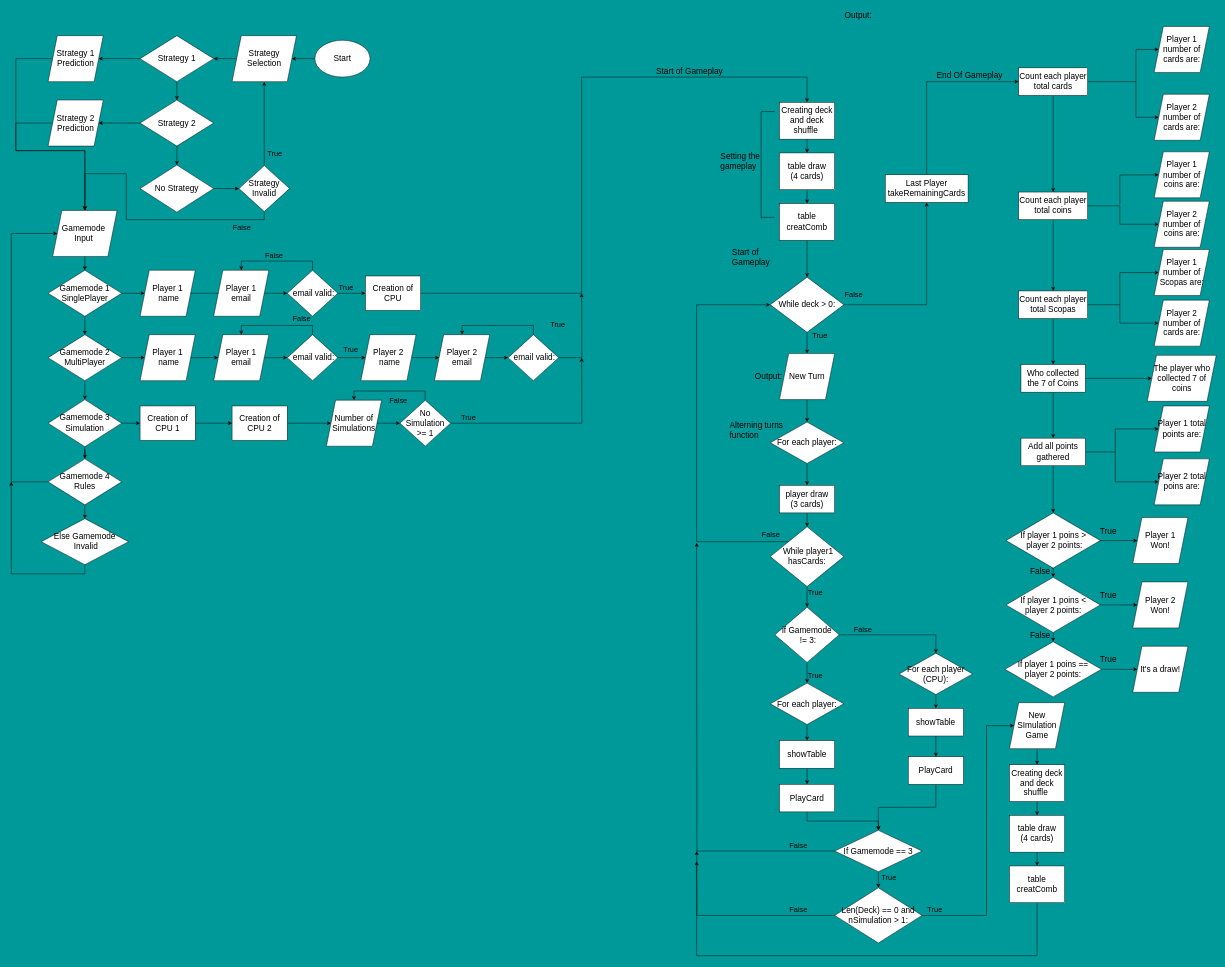
ABellassai/ACC-AlessandroB2 keeps this draw.io diagram as page "Menu Page" (1 of 5) of Scopa python game/Scopa Game flowchart/Scopa Game Flowchart.drawio. Above is the earlier version. Source tidied: cells renumbered, new cells numbered last; positions are measured from the earlier drawing's top-left corner, leaving out a move shared by most shapes. Both pictures are drawn from the tidied source at 46%, with x=0, y=0 at pixel (11, 8).
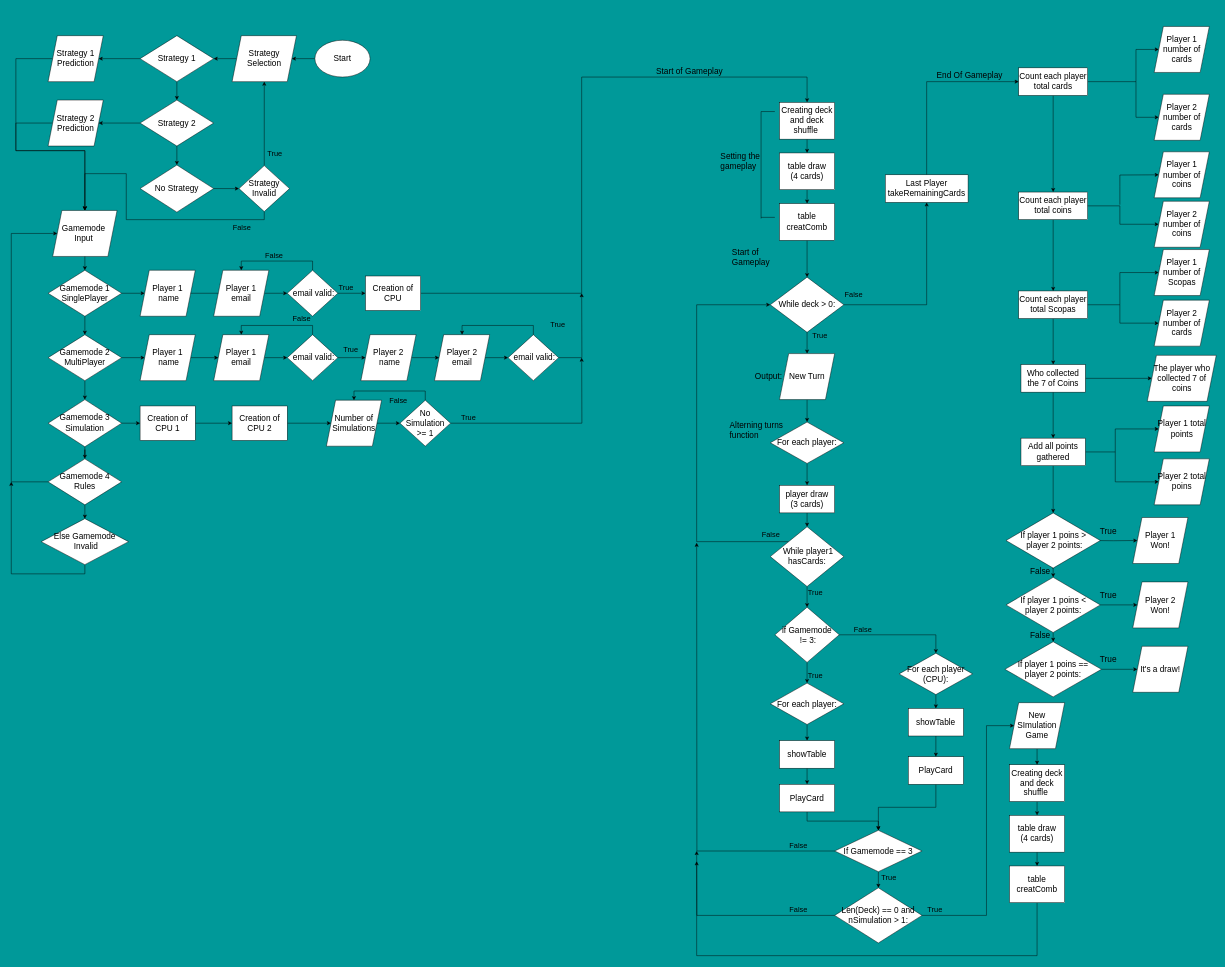
After the change.

What changed in the source:
```diff
@@
-    <mxCell id="174" value="Player 1 number of Scopas are:" style="shape=parallelogram;perimeter=parallelogramPerimeter;whiteSpace=wrap;html=1;fixedSize=1;fontSize=18;" parent="1" vertex="1">
+    <mxCell id="174" value="Player 1 number of Scopas" style="shape=parallelogram;perimeter=parallelogramPerimeter;whiteSpace=wrap;html=1;fixedSize=1;fontSize=18;" parent="1" vertex="1">
       <mxGeometry x="2484.5" y="525" width="120" height="100" as="geometry" />
     </mxCell>
-    <mxCell id="175" value="Player 2 number of cards are:" style="shape=parallelogram;perimeter=parallelogramPerimeter;whiteSpace=wrap;html=1;fixedSize=1;fontSize=18;" parent="1" vertex="1">
+    <mxCell id="175" value="Player 2 number of cards" style="shape=parallelogram;perimeter=parallelogramPerimeter;whiteSpace=wrap;html=1;fixedSize=1;fontSize=18;" parent="1" vertex="1">
       <mxGeometry x="2484.5" y="635" width="120" height="100" as="geometry" />
     </mxCell>
@@
-    <mxCell id="177" value="Player 1 total points are:" style="shape=parallelogram;perimeter=parallelogramPerimeter;whiteSpace=wrap;html=1;fixedSize=1;fontSize=18;" parent="1" vertex="1">
+    <mxCell id="177" value="Player 1 total points" style="shape=parallelogram;perimeter=parallelogramPerimeter;whiteSpace=wrap;html=1;fixedSize=1;fontSize=18;" parent="1" vertex="1">
       <mxGeometry x="2484.5" y="865" width="120" height="100" as="geometry" />
     </mxCell>
-    <mxCell id="178" value="Player 2 total poins are:" style="shape=parallelogram;perimeter=parallelogramPerimeter;whiteSpace=wrap;html=1;fixedSize=1;fontSize=18;" parent="1" vertex="1">
+    <mxCell id="178" value="Player 2 total poins" style="shape=parallelogram;perimeter=parallelogramPerimeter;whiteSpace=wrap;html=1;fixedSize=1;fontSize=18;" parent="1" vertex="1">
       <mxGeometry x="2484.5" y="980" width="120" height="100" as="geometry" />
     </mxCell>
@@
-    <mxCell id="184" value="Player 1 number of cards are:" style="shape=parallelogram;perimeter=parallelogramPerimeter;whiteSpace=wrap;html=1;fixedSize=1;fontSize=18;" parent="1" vertex="1">
+    <mxCell id="184" value="Player 1 number of cards" style="shape=parallelogram;perimeter=parallelogramPerimeter;whiteSpace=wrap;html=1;fixedSize=1;fontSize=18;" parent="1" vertex="1">
       <mxGeometry x="2484.5" y="40" width="120" height="100" as="geometry" />
     </mxCell>
-    <mxCell id="185" value="Player 2 number of cards are:" style="shape=parallelogram;perimeter=parallelogramPerimeter;whiteSpace=wrap;html=1;fixedSize=1;fontSize=18;" parent="1" vertex="1">
+    <mxCell id="185" value="Player 2 number of cards" style="shape=parallelogram;perimeter=parallelogramPerimeter;whiteSpace=wrap;html=1;fixedSize=1;fontSize=18;" parent="1" vertex="1">
       <mxGeometry x="2484.5" y="187.5" width="120" height="100" as="geometry" />
     </mxCell>
-    <mxCell id="186" value="Player 1 number of coins are:" style="shape=parallelogram;perimeter=parallelogramPerimeter;whiteSpace=wrap;html=1;fixedSize=1;fontSize=18;" parent="1" vertex="1">
+    <mxCell id="186" value="Player 1 number of coins" style="shape=parallelogram;perimeter=parallelogramPerimeter;whiteSpace=wrap;html=1;fixedSize=1;fontSize=18;" parent="1" vertex="1">
       <mxGeometry x="2484.5" y="312.5" width="120" height="100" as="geometry" />
     </mxCell>
-    <mxCell id="187" value="Player 2 number of coins are:" style="shape=parallelogram;perimeter=parallelogramPerimeter;whiteSpace=wrap;html=1;fixedSize=1;fontSize=18;" parent="1" vertex="1">
+    <mxCell id="187" value="Player 2 number of coins" style="shape=parallelogram;perimeter=parallelogramPerimeter;whiteSpace=wrap;html=1;fixedSize=1;fontSize=18;" parent="1" vertex="1">
       <mxGeometry x="2484.5" y="420" width="120" height="100" as="geometry" />
     </mxCell>
@@
-    <mxCell id="189" value="Output:" style="text;whiteSpace=wrap;html=1;fontSize=18;" parent="1" vertex="1">
-      <mxGeometry x="1810" width="70" height="33.8" as="geometry" />
-    </mxCell>
```
